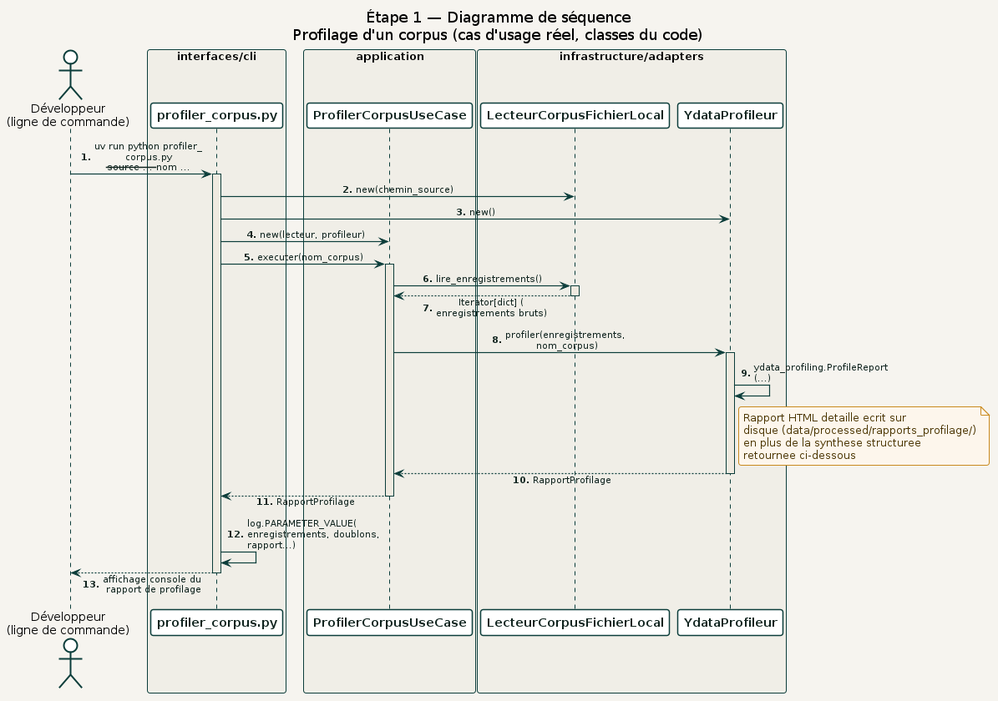
Earlier version of the PlantUML export docs/diagrams/02_etape1_donnees/sequence/profiler_corpus.png (racemartin/m14_ocr). Its source is kept beside it as docs/diagrams/02_etape1_donnees/sequence/profiler_corpus.puml. Source of this version:
```plantuml
@startuml profiler_corpus
!include ../../_common/estilo.iuml

title Étape 1 — Diagramme de séquence\nProfilage d'un corpus (cas d'usage réel, classes du code)

actor "Développeur\n(ligne de commande)" as Dev

box "interfaces/cli" #F0EEE7
  participant "profiler_corpus.py" as CLI
end box

box "application" #F0EEE7
  participant "ProfilerCorpusUseCase" as UC
end box

box "infrastructure/adapters" #F0EEE7
  participant "LecteurCorpusFichierLocal" as Lecteur
  participant "YdataProfileur" as Profileur
end box

autonumber "<b>0."

Dev -> CLI : uv run python profiler_corpus.py\n--source ... --nom ...
activate CLI

CLI -> Lecteur : new(chemin_source)
CLI -> Profileur : new()
CLI -> UC : new(lecteur, profileur)

CLI -> UC : executer(nom_corpus)
activate UC

UC -> Lecteur : lire_enregistrements()
activate Lecteur
Lecteur --> UC : Iterator[dict] (enregistrements bruts)
deactivate Lecteur

UC -> Profileur : profiler(enregistrements, nom_corpus)
activate Profileur
Profileur -> Profileur : ydata_profiling.ProfileReport(...)
note right of Profileur
  Rapport HTML detaille ecrit sur
  disque (data/processed/rapports_profilage/)
  en plus de la synthese structuree
  retournee ci-dessous
end note
Profileur --> UC : RapportProfilage
deactivate Profileur

UC --> CLI : RapportProfilage
deactivate UC

CLI -> CLI : log.PARAMETER_VALUE(enregistrements, doublons, rapport...)
CLI --> Dev : affichage console du rapport de profilage
deactivate CLI

@enduml
```
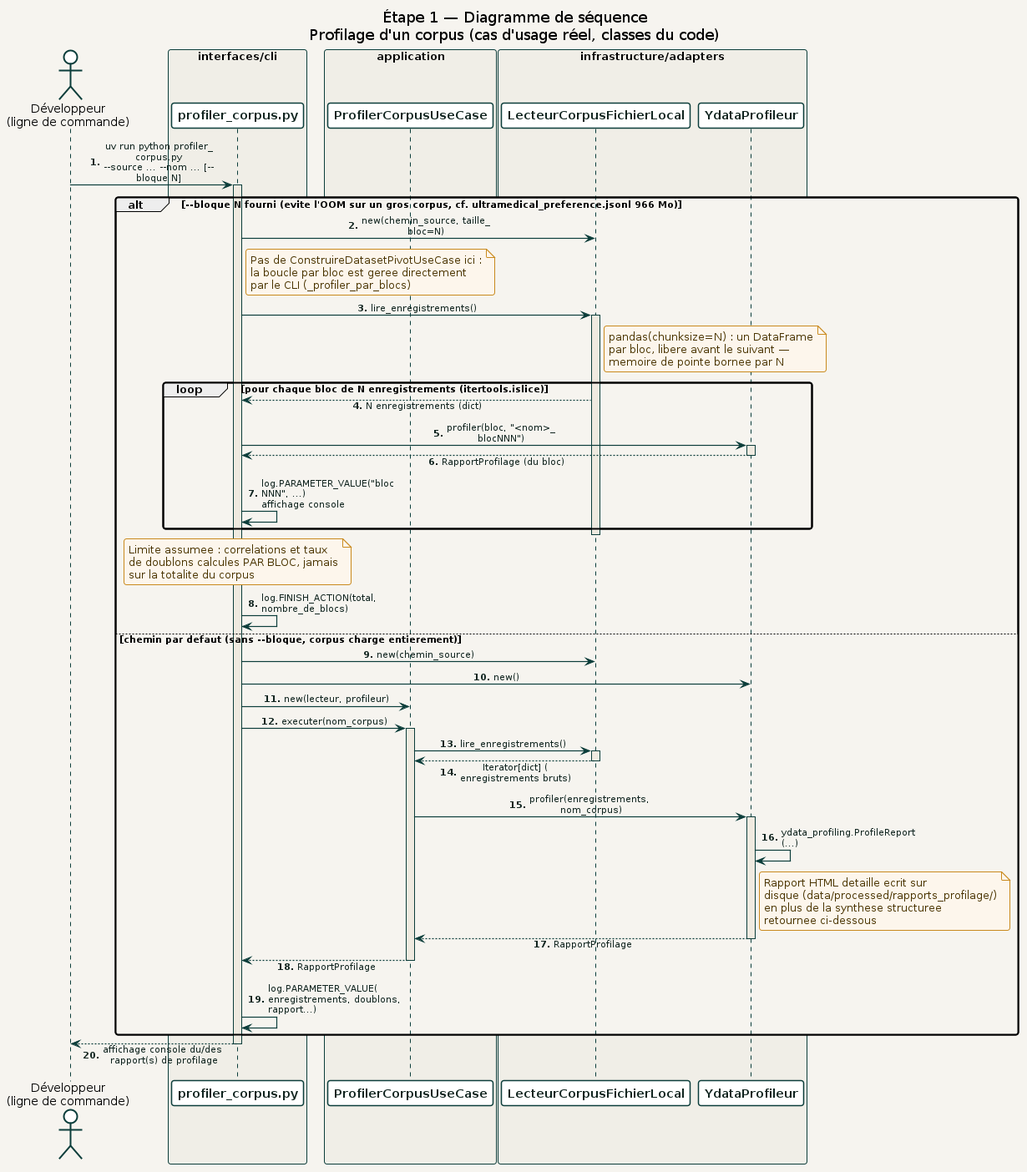
The same diagram one commit later.

The edit, as a diff of the source:
```diff
@@ -20,38 +20,73 @@
 
 autonumber "<b>0."
 
-Dev -> CLI : uv run python profiler_corpus.py\n--source ... --nom ...
+Dev -> CLI : uv run python profiler_corpus.py\n~-~-source ... ~-~-nom ... [~-~-bloque N]
 activate CLI
 
-CLI -> Lecteur : new(chemin_source)
-CLI -> Profileur : new()
-CLI -> UC : new(lecteur, profileur)
+alt ~-~-bloque N fourni (evite l'OOM sur un gros corpus, cf. ultramedical_preference.jsonl 966 Mo)
+  CLI -> Lecteur : new(chemin_source, taille_bloc=N)
+  note right of CLI
+    Pas de ConstruireDatasetPivotUseCase ici :
+    la boucle par bloc est geree directement
+    par le CLI (_profiler_par_blocs)
+  end note
+  CLI -> Lecteur : lire_enregistrements()
+  activate Lecteur
+  note right of Lecteur
+    pandas(chunksize=N) : un DataFrame
+    par bloc, libere avant le suivant —
+    memoire de pointe bornee par N
+  end note
 
-CLI -> UC : executer(nom_corpus)
-activate UC
+  loop pour chaque bloc de N enregistrements (itertools.islice)
+    Lecteur --> CLI : N enregistrements (dict)
+    CLI -> Profileur : profiler(bloc, "<nom>_blocNNN")
+    activate Profileur
+    Profileur --> CLI : RapportProfilage (du bloc)
+    deactivate Profileur
+    CLI -> CLI : log.PARAMETER_VALUE("bloc NNN", ...)\naffichage console
+  end
+  deactivate Lecteur
 
-UC -> Lecteur : lire_enregistrements()
-activate Lecteur
-Lecteur --> UC : Iterator[dict] (enregistrements bruts)
-deactivate Lecteur
+  note over CLI
+    Limite assumee : correlations et taux
+    de doublons calcules PAR BLOC, jamais
+    sur la totalite du corpus
+  end note
+  CLI -> CLI : log.FINISH_ACTION(total, nombre_de_blocs)
 
-UC -> Profileur : profiler(enregistrements, nom_corpus)
-activate Profileur
-Profileur -> Profileur : ydata_profiling.ProfileReport(...)
-note right of Profileur
-  Rapport HTML detaille ecrit sur
-  disque (data/processed/rapports_profilage/)
-  en plus de la synthese structuree
-  retournee ci-dessous
-end note
-Profileur --> UC : RapportProfilage
-deactivate Profileur
+else chemin par defaut (sans ~-~-bloque, corpus charge entierement)
+  CLI -> Lecteur : new(chemin_source)
+  CLI -> Profileur : new()
+  CLI -> UC : new(lecteur, profileur)
 
-UC --> CLI : RapportProfilage
-deactivate UC
+  CLI -> UC : executer(nom_corpus)
+  activate UC
 
-CLI -> CLI : log.PARAMETER_VALUE(enregistrements, doublons, rapport...)
-CLI --> Dev : affichage console du rapport de profilage
+  UC -> Lecteur : lire_enregistrements()
+  activate Lecteur
+  Lecteur --> UC : Iterator[dict] (enregistrements bruts)
+  deactivate Lecteur
+
+  UC -> Profileur : profiler(enregistrements, nom_corpus)
+  activate Profileur
+  Profileur -> Profileur : ydata_profiling.ProfileReport(...)
+  note right of Profileur
+    Rapport HTML detaille ecrit sur
+    disque (data/processed/rapports_profilage/)
+    en plus de la synthese structuree
+    retournee ci-dessous
+  end note
+  Profileur --> UC : RapportProfilage
+  deactivate Profileur
+
+  UC --> CLI : RapportProfilage
+  deactivate UC
+
+  CLI -> CLI : log.PARAMETER_VALUE(enregistrements, doublons, rapport...)
+end
+
+CLI --> Dev : affichage console du/des rapport(s) de profilage
 deactivate CLI
 
 @enduml
```
